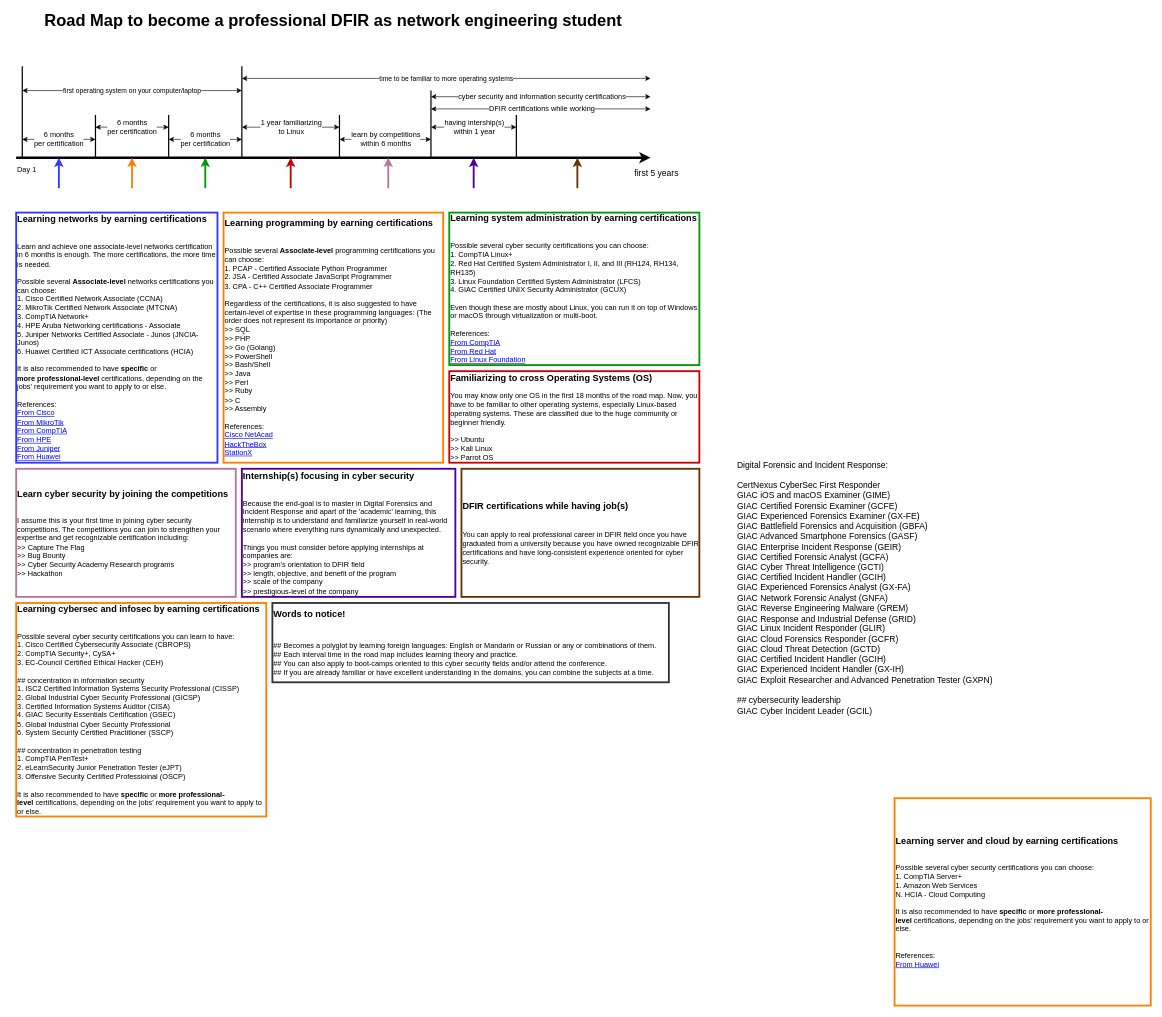
This is page "theRoadMap" (4 of 5) of cybernetworkroadmap.drawio from troders34/roadmap, a draw.io file, before an edit. Source tidied: cells renumbered, new cells numbered last; positions are measured from the earlier drawing's top-left corner, leaving out a move shared by most shapes. Both pictures are drawn from the tidied source at 61%, with x=0, y=0 at pixel (16, 11).
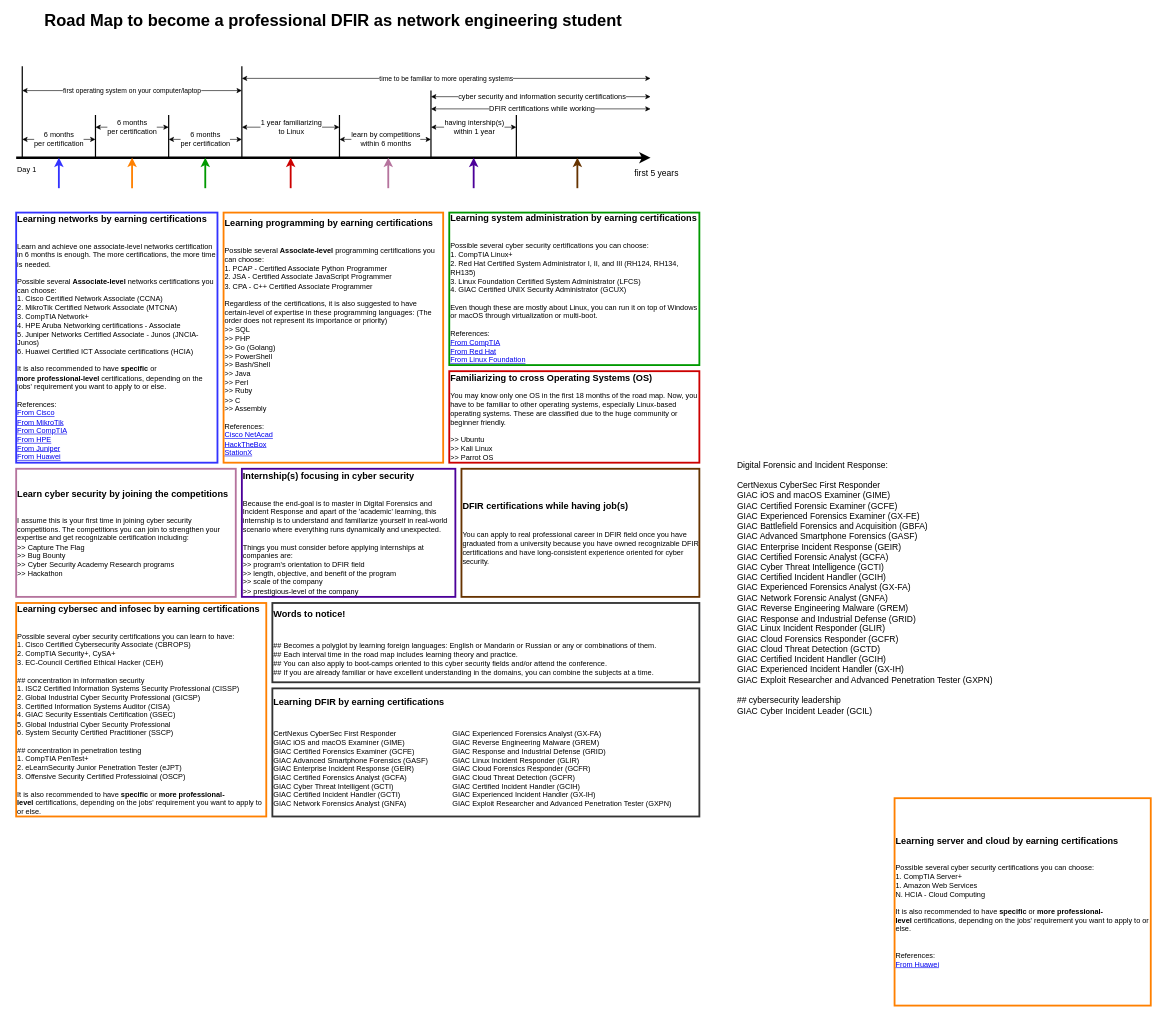
After the change.

Change to the diagram source:
```diff
@@
     <mxCell id="41" value="&lt;span style=&quot;font-size: 15px;&quot;&gt;&lt;b&gt;Words to notice!&lt;/b&gt;&lt;/span&gt;&lt;div&gt;&lt;span style=&quot;font-size: 15px;&quot;&gt;&lt;b&gt;&lt;br&gt;&lt;/b&gt;&lt;/span&gt;&lt;div&gt;&lt;span style=&quot;font-size: 15px;&quot;&gt;&lt;b&gt;&lt;br&gt;&lt;/b&gt;&lt;/span&gt;&lt;/div&gt;&lt;div&gt;## Becomes a polyglot by learning foreign languages: English or Mandarin or Russian or any or combinations of them.&lt;/div&gt;&lt;div&gt;## Each interval time in the road map includes learning theory and practice.&lt;/div&gt;&lt;div&gt;## You can also apply to boot-camps oriented to this cyber security fields and/or attend the conference.&lt;/div&gt;&lt;div&gt;## If you are already familiar or have excellent understanding in the domains, you can combine the subjects at a time.&lt;/div&gt;&lt;/div&gt;" style="rounded=0;whiteSpace=wrap;html=1;align=left;strokeColor=#333333;strokeWidth=3;" parent="1" vertex="1">
-      <mxGeometry x="420" y="970" width="650" height="130" as="geometry" />
+      <mxGeometry x="420" y="970" width="700" height="130" as="geometry" />
     </mxCell>
+    <mxCell id="42" value="&lt;span style=&quot;font-size: 15px;&quot;&gt;&lt;b&gt;Learning DFIR by earning certifications&lt;/b&gt;&lt;/span&gt;&lt;div&gt;&lt;span style=&quot;font-size: 15px;&quot;&gt;&lt;b&gt;&lt;br&gt;&lt;/b&gt;&lt;/span&gt;&lt;div&gt;&lt;span style=&quot;font-size: 15px;&quot;&gt;&lt;b&gt;&lt;br&gt;&lt;/b&gt;&lt;/span&gt;&lt;/div&gt;&lt;div&gt;CertNexus CyberSec First Responder&lt;span style=&quot;white-space: pre;&quot;&gt;&#9;&lt;/span&gt;&lt;span style=&quot;white-space: pre;&quot;&gt;&#9;&lt;/span&gt;&lt;span style=&quot;white-space: pre;&quot;&gt;&#9;&lt;/span&gt;&lt;span style=&quot;white-space: pre;&quot;&gt;&#9;&lt;/span&gt;GIAC Experienced Forensics Analyst (GX-FA)&lt;/div&gt;&lt;/div&gt;&lt;div&gt;GIAC iOS and macOS Examiner (GIME)&lt;span style=&quot;white-space: pre;&quot;&gt;&#9;&lt;/span&gt;&lt;span style=&quot;white-space: pre;&quot;&gt;&#9;&lt;/span&gt;&lt;span style=&quot;white-space: pre;&quot;&gt;&#9;&lt;/span&gt;GIAC Reverse Engineering Malware (GREM)&lt;/div&gt;&lt;div&gt;GIAC Certified Forensics Examiner (GCFE)&lt;span style=&quot;white-space: pre;&quot;&gt;&#9;&lt;/span&gt;&lt;span style=&quot;white-space: pre;&quot;&gt;&#9;&lt;/span&gt;&lt;span style=&quot;white-space: pre;&quot;&gt;&#9;&lt;/span&gt;GIAC Response and Industrial Defense (GRID)&lt;/div&gt;&lt;div&gt;GIAC Advanced Smartphone Forensics (GASF)&lt;span style=&quot;white-space: pre;&quot;&gt;&#9;&lt;/span&gt;&lt;span style=&quot;white-space: pre;&quot;&gt;&#9;&lt;/span&gt;GIAC Linux Incident Responder (GLIR)&lt;/div&gt;&lt;div&gt;GIAC Enterprise Incident Response (GEIR)&lt;span style=&quot;white-space: pre;&quot;&gt;&#9;&lt;/span&gt;&lt;span style=&quot;white-space: pre;&quot;&gt;&#9;&lt;/span&gt;&lt;span style=&quot;white-space: pre;&quot;&gt;&#9;&lt;/span&gt;GIAC Cloud Forensics Responder (GCFR)&lt;/div&gt;&lt;div&gt;GIAC Certified Forensics Analyst (GCFA)&lt;span style=&quot;white-space: pre;&quot;&gt;&#9;&lt;/span&gt;&lt;span style=&quot;white-space: pre;&quot;&gt;&#9;&lt;/span&gt;&lt;span style=&quot;white-space: pre;&quot;&gt;&#9;&lt;/span&gt;GIAC Cloud Threat Detection (GCFR)&lt;/div&gt;&lt;div&gt;GIAC Cyber Threat Intelligent (GCTI)&lt;span style=&quot;white-space: pre;&quot;&gt;&#9;&lt;/span&gt;&lt;span style=&quot;white-space: pre;&quot;&gt;&#9;&lt;/span&gt;&lt;span style=&quot;white-space: pre;&quot;&gt;&#9;&lt;/span&gt;&lt;span style=&quot;white-space: pre;&quot;&gt;&#9;&lt;/span&gt;GIAC Certified Incident Handler (GCIH)&lt;/div&gt;&lt;div&gt;GIAC Certified Incident Handler (GCTI)&lt;span style=&quot;white-space: pre;&quot;&gt;&#9;&lt;/span&gt;&lt;span style=&quot;white-space: pre;&quot;&gt;&#9;&lt;/span&gt;&lt;span style=&quot;white-space: pre;&quot;&gt;&#9;&lt;/span&gt;&lt;span style=&quot;white-space: pre;&quot;&gt;&#9;&lt;/span&gt;GIAC Experienced Incident Handler (GX-IH)&lt;/div&gt;&lt;div&gt;GIAC Network Forensics Analyst (GNFA)&lt;span style=&quot;white-space: pre;&quot;&gt;&#9;&lt;/span&gt;&lt;span style=&quot;white-space: pre;&quot;&gt;&#9;&lt;/span&gt;&lt;span style=&quot;white-space: pre;&quot;&gt;&#9;&lt;/span&gt;GIAC Exploit Researcher and Advanced Penetration Tester (GXPN)&lt;/div&gt;" style="rounded=0;whiteSpace=wrap;html=1;align=left;strokeColor=#333333;strokeWidth=3;" parent="1" vertex="1">
+      <mxGeometry x="420" y="1110" width="700" height="210" as="geometry" />
+    </mxCell>
```
